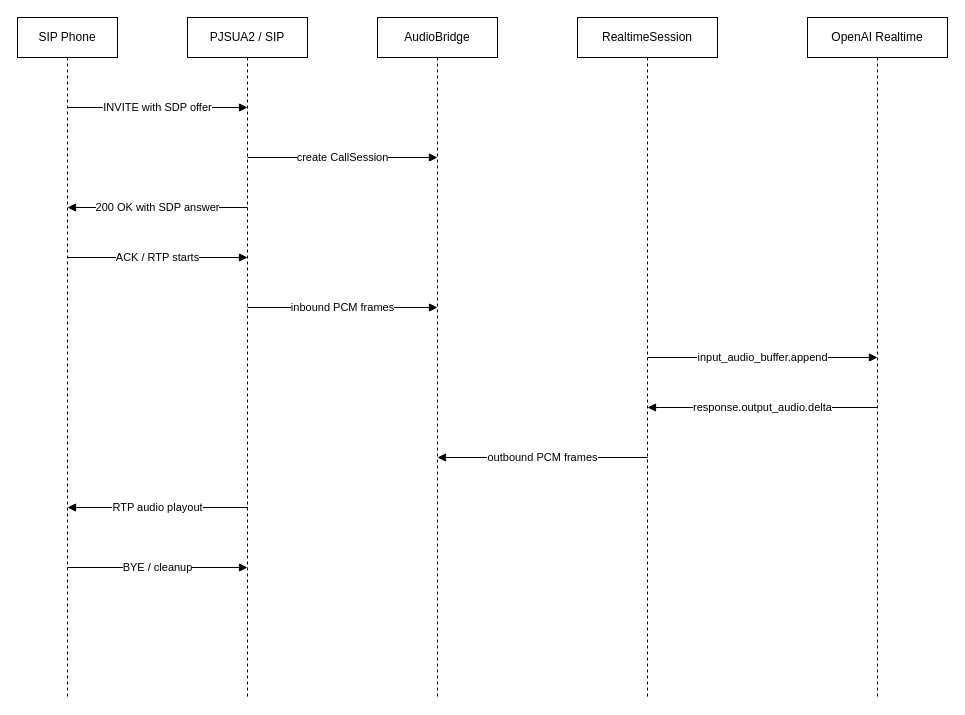
The draw.io diagram page "Call Flow Sequence" (2 of 6) of docs/diagrams/telephony-openai-gw-design.drawio in keimei-yoritaka/telephony-openai-gw, before the edit. Source tidied: cells renumbered, new cells numbered last; positions are measured from the earlier drawing's top-left corner, leaving out a move shared by most shapes. Both pictures are drawn from the tidied source at 100%, with x=0, y=0 at pixel (17, 17).
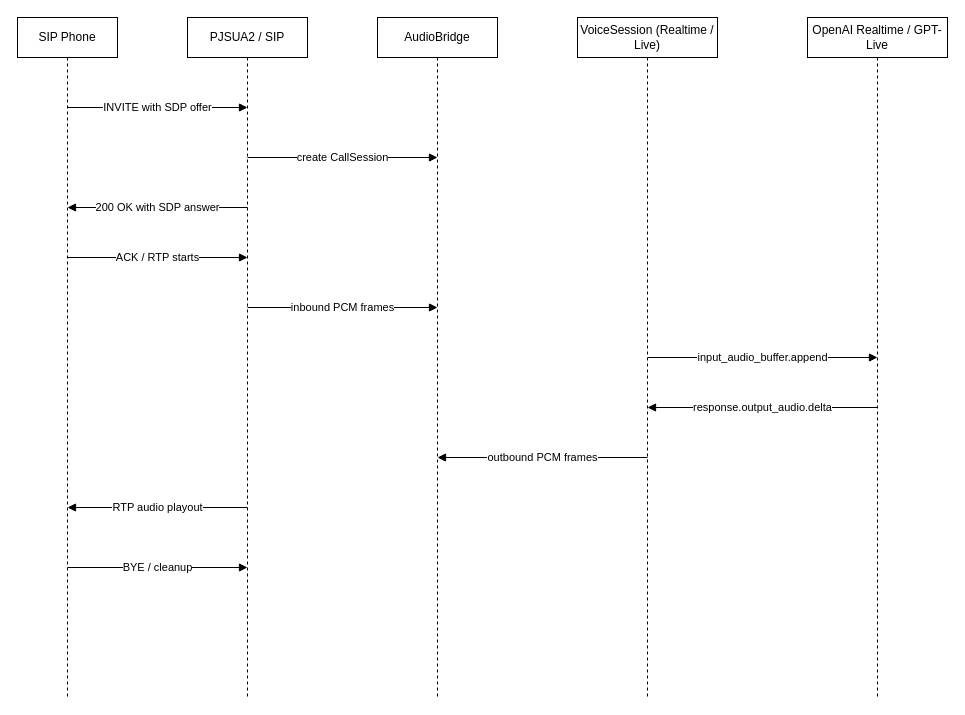
The same page after the edit.

Change to the diagram source:
```diff
@@
-    <mxCell id="5" value="RealtimeSession" style="shape=umlLifeline;perimeter=lifelinePerimeter;whiteSpace=wrap;html=1;" parent="1" vertex="1">
+    <mxCell id="5" value="VoiceSession (Realtime / Live)" style="shape=umlLifeline;perimeter=lifelinePerimeter;whiteSpace=wrap;html=1;" parent="1" vertex="1">
       <mxGeometry x="560" width="140" height="680" as="geometry" />
     </mxCell>
-    <mxCell id="6" value="OpenAI Realtime" style="shape=umlLifeline;perimeter=lifelinePerimeter;whiteSpace=wrap;html=1;" parent="1" vertex="1">
+    <mxCell id="6" value="OpenAI Realtime / GPT-Live" style="shape=umlLifeline;perimeter=lifelinePerimeter;whiteSpace=wrap;html=1;" parent="1" vertex="1">
       <mxGeometry x="790" width="140" height="680" as="geometry" />
     </mxCell>
```
